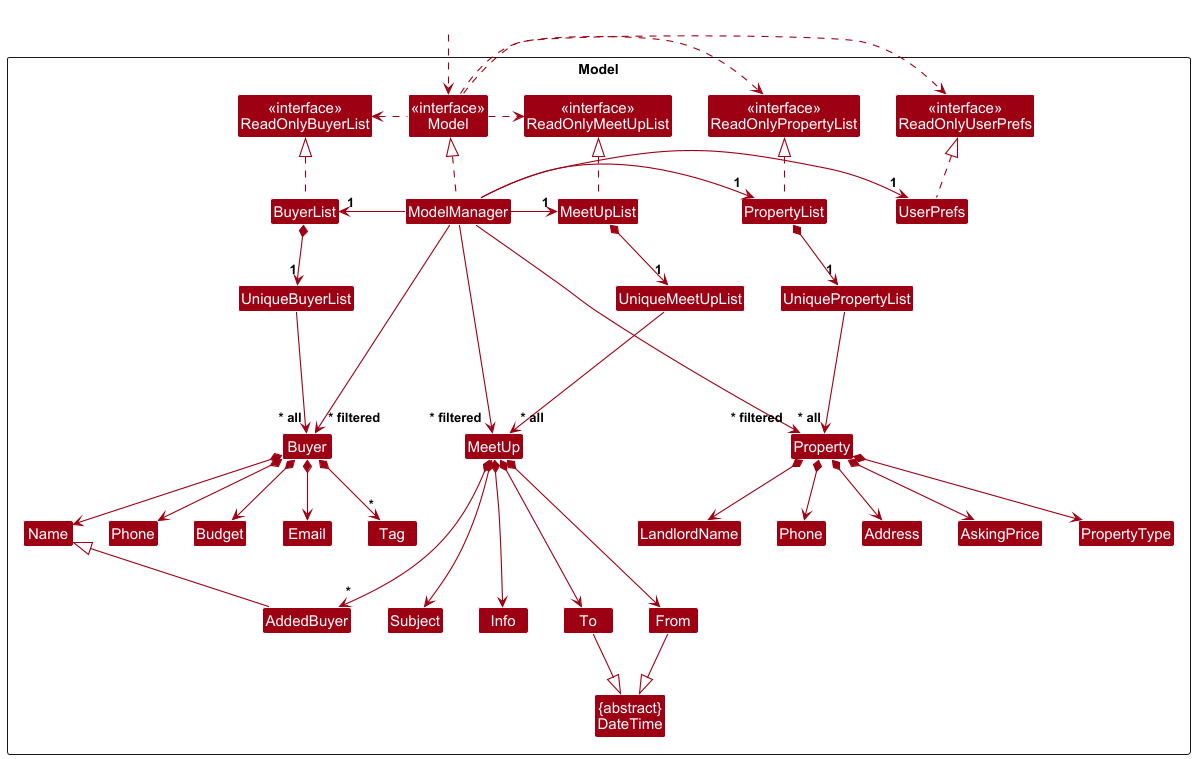
The PlantUML diagram docs/images/ModelClassDiagram.png in nus-cs2103-AY2425S1/tp, before a commit.
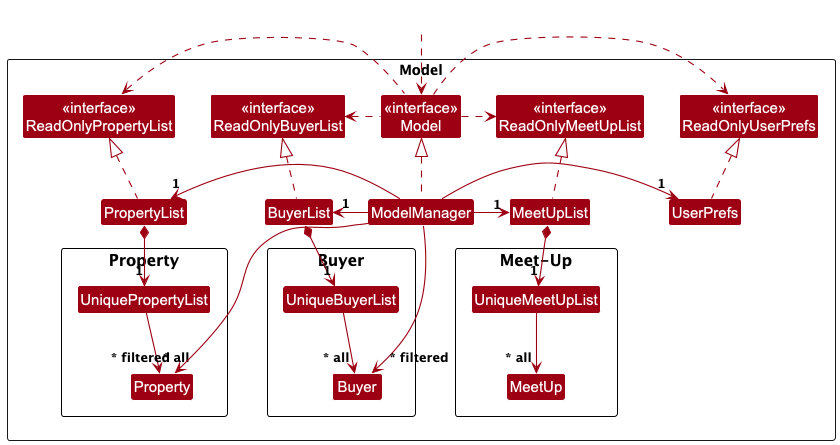
Later version of the same file.

Commit message:
Simplify model class diagram in UML file

What changed in the source:
```diff
@@ -16,30 +16,30 @@
 Class ModelManager
 Class UserPrefs
 
+Package "Buyer" {
 Class UniqueBuyerList
-Class Buyer
-Class Budget
-Class Email
-Class Name
-Class Phone
-Class Tag
 
+BuyerList *--> "1" UniqueBuyerList
+UniqueBuyerList --> "~* all" Buyer
+ModelManager --> "~* filtered" Buyer
+}
+
+Package "Meet-Up" {
 Class UniqueMeetUpList
 Class MeetUp
-Class Subject
-Class Info
-Class "{abstract}\nDateTime" as DateTime
-Class From
-Class To
-Class AddedBuyer
 
+MeetUpList *--> "1" UniqueMeetUpList
+UniqueMeetUpList --> "~* all" MeetUp
+}
+
+Package "Property" {
 Class UniquePropertyList
 Class Property
-Class LandlordName
-Class "Phone" as LandlordPhone
-Class Address
-Class AskingPrice
-Class PropertyType
+
+PropertyList *--> "1" UniquePropertyList
+UniquePropertyList --> "~* all" Property
+ModelManager --> "~* filtered" Property
+}
 
 Class I #FFFFFF
 }
@@ -62,58 +62,8 @@
 ModelManager -right-> "1" UserPrefs
 UserPrefs .up.|> ReadOnlyUserPrefs
 
-BuyerList *--> "1" UniqueBuyerList
-UniqueBuyerList --> "~* all" Buyer
-Buyer *--> Name
-Buyer *--> Phone
-Buyer *--> Email
-Buyer *--> Budget
-Buyer *--> "*" Tag
-
-PropertyList *--> "1" UniquePropertyList
-UniquePropertyList --> "~* all" Property
-Property *--> LandlordName
-Property *--> LandlordPhone
-Property *--> AskingPrice
-Property *--> Address
-Property *--> PropertyType
-
-MeetUpList *--> "1" UniqueMeetUpList
-UniqueMeetUpList --> "~* all" MeetUp
-MeetUp *--> Subject
-MeetUp *--> Info
-MeetUp *--> From
-MeetUp *--> To
-MeetUp *--> "*" AddedBuyer
-AddedBuyer -up-|> Name
-From --|> DateTime
-To --|> DateTime
-
-Buyer -[hidden]up--> I
 UniqueBuyerList -[hidden]right-> I
-
-Property -[hidden]up--> I
 UniquePropertyList -[hidden]right-> I
-
-MeetUp -[hidden]up--> I
 UniqueMeetUpList -[hidden]right-> I
 
-Name -[hidden]right-> Phone
-Phone -[hidden]right-> Budget
-Budget -[hidden]right-> Email
-
-LandlordName -[hidden]right-> LandlordPhone
-LandlordPhone -[hidden]right-> Address
-Address -[hidden]right-> AskingPrice
-AskingPrice -[hidden]right-> PropertyType
-
-Buyer -[hidden]left-> MeetUp
-AddedBuyer -[hidden]right-> Subject
-Subject -[hidden]right-> Info
-Info -[hidden]right-> From
-From -[hidden]right-> To
-
-ModelManager --> "~* filtered" Buyer
-ModelManager --> "~* filtered" Property
-ModelManager --> "~* filtered" MeetUp
 @enduml
```
